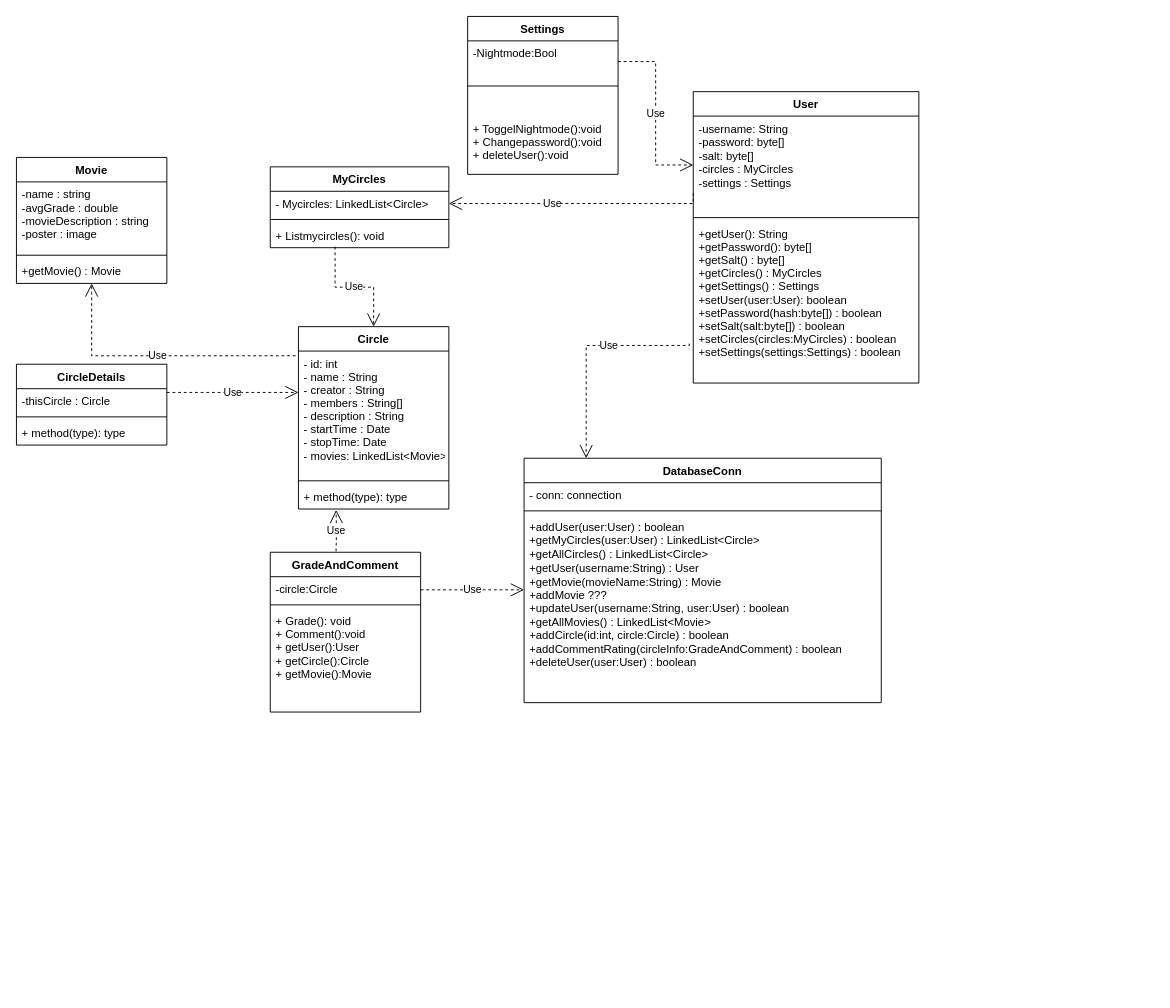
Before: Diagrams/UML.drawio in johanbergfalk/DAT055_circles, a draw.io diagram. Source tidied: cells renumbered, new cells numbered last; positions are measured from the earlier drawing's top-left corner, leaving out a move shared by most shapes. Both pictures are drawn from the tidied source at 94%, with x=0, y=0 at pixel (16, 16).
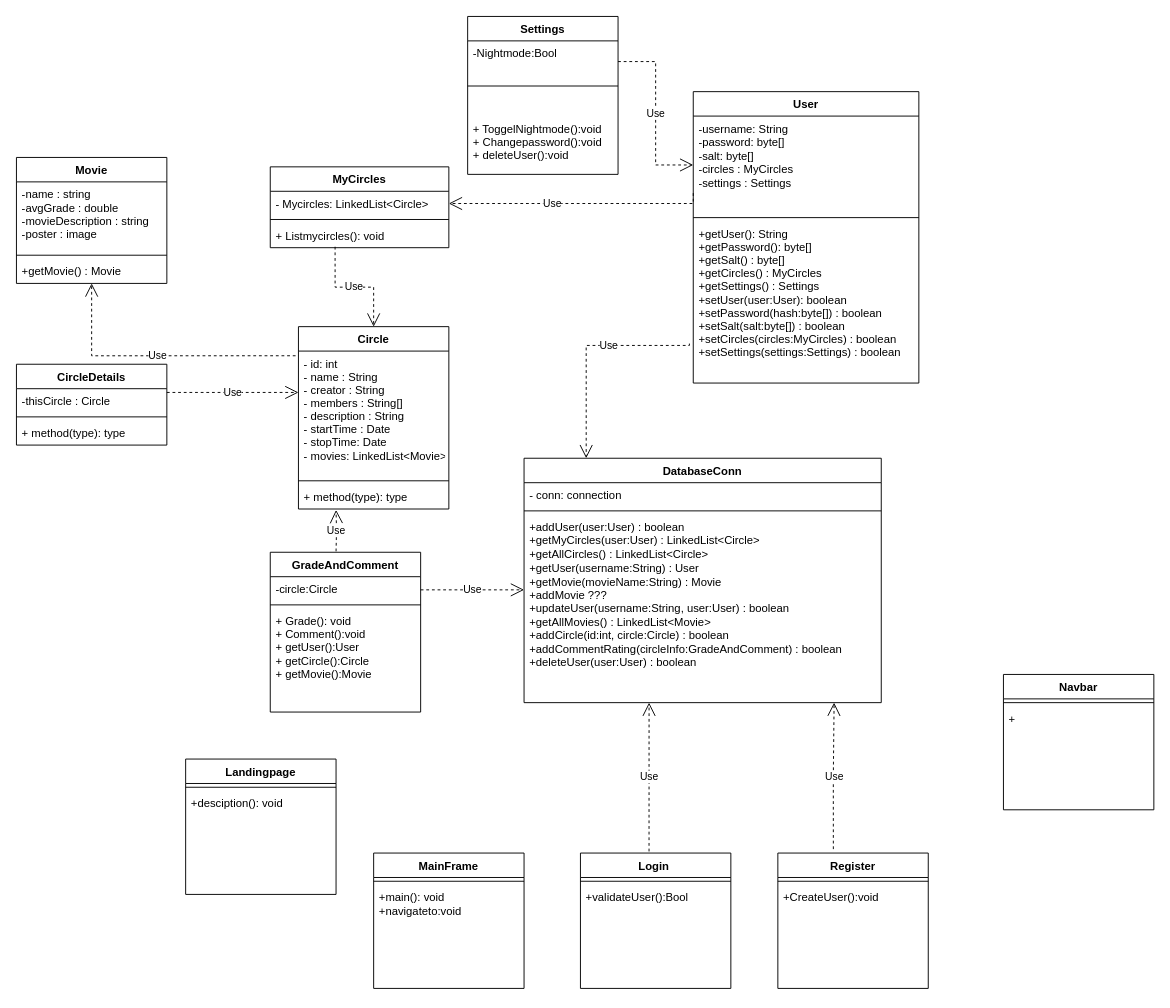
The same diagram, later.

Unchanged cells that the change refers to:
```xml
<mxCell id="5" value="+addUser(user:User) : boolean&#10;+getMyCircles(user:User) : LinkedList&lt;Circle&gt;&#10;+getAllCircles() : LinkedList&lt;Circle&gt;&#10;+getUser(username:String) : User&#10;+getMovie(movieName:String) : Movie&#10;+addMovie ???&#10;+updateUser(username:String, user:User) : boolean&#10;+getAllMovies() : LinkedList&lt;Movie&gt;&#10;+addCircle(id:int, circle:Circle) : boolean&#10;+addCommentRating(circleInfo:GradeAndComment) : boolean&#10;+deleteUser(user:User) : boolean&#10;&#10;&#10;&#10;" style="text;strokeColor=none;fillColor=none;align=left;verticalAlign=top;spacingLeft=4;spacingRight=4;overflow=hidden;points=[[0,0.5],[1,0.5]];portConstraint=eastwest;whiteSpace=wrap;" parent="2" vertex="1">
  <mxGeometry y="60" width="380" height="200" as="geometry" />
</mxCell>
```

Diff of the diagram source:
```diff
@@
+    <mxCell id="42" value="MainFrame" style="swimlane;fontStyle=1;align=center;verticalAlign=top;horizontal=1;startSize=26;" parent="1" vertex="1">
+      <mxGeometry x="380" y="890" width="160" height="144" as="geometry" />
+    </mxCell>
+    <mxCell id="43" style="line;strokeWidth=1;fillColor=none;align=left;verticalAlign=middle;spacingTop=-1;spacingLeft=3;spacingRight=3;labelPosition=right;" parent="42" vertex="1">
+      <mxGeometry y="26" width="160" height="8" as="geometry" />
+    </mxCell>
+    <mxCell id="44" value="+main(): void&#10;+navigateto:void" style="text;strokeColor=none;fillColor=none;align=left;verticalAlign=top;spacingLeft=4;spacingRight=4;overflow=hidden;" parent="42" vertex="1">
+      <mxGeometry y="34" width="160" height="110" as="geometry" />
+    </mxCell>
+    <mxCell id="45" value="Login " style="swimlane;fontStyle=1;align=center;verticalAlign=top;horizontal=1;startSize=26;" parent="1" vertex="1">
+      <mxGeometry x="600" y="890" width="160" height="144" as="geometry" />
+    </mxCell>
+    <mxCell id="46" style="line;strokeWidth=1;fillColor=none;align=left;verticalAlign=middle;spacingTop=-1;spacingLeft=3;spacingRight=3;labelPosition=right;" parent="45" vertex="1">
+      <mxGeometry y="26" width="160" height="8" as="geometry" />
+    </mxCell>
+    <mxCell id="47" value="+validateUser():Bool" style="text;strokeColor=none;fillColor=none;align=left;verticalAlign=top;spacingLeft=4;spacingRight=4;overflow=hidden;" parent="45" vertex="1">
+      <mxGeometry y="34" width="160" height="110" as="geometry" />
+    </mxCell>
+    <mxCell id="48" value="Register" style="swimlane;fontStyle=1;align=center;verticalAlign=top;horizontal=1;startSize=26;" parent="1" vertex="1">
+      <mxGeometry x="810" y="890" width="160" height="144" as="geometry" />
+    </mxCell>
+    <mxCell id="49" style="line;strokeWidth=1;fillColor=none;align=left;verticalAlign=middle;spacingTop=-1;spacingLeft=3;spacingRight=3;labelPosition=right;" parent="48" vertex="1">
+      <mxGeometry y="26" width="160" height="8" as="geometry" />
+    </mxCell>
+    <mxCell id="50" value="+CreateUser():void " style="text;strokeColor=none;fillColor=none;align=left;verticalAlign=top;spacingLeft=4;spacingRight=4;overflow=hidden;" parent="48" vertex="1">
+      <mxGeometry y="34" width="160" height="110" as="geometry" />
+    </mxCell>
+    <mxCell id="51" value="Use" style="endArrow=open;endSize=12;dashed=1;html=1;rounded=0;edgeStyle=orthogonalEdgeStyle;exitX=0.456;exitY=-0.012;exitDx=0;exitDy=0;exitPerimeter=0;entryX=0.35;entryY=1;entryDx=0;entryDy=0;entryPerimeter=0;" parent="1" edge="1" source="45" target="5">
+      <mxGeometry relative="1" as="geometry" />
+    </mxCell>
+    <mxCell id="52" value="Use" style="endArrow=open;endSize=12;dashed=1;html=1;rounded=0;edgeStyle=orthogonalEdgeStyle;entryX=0.868;entryY=1;entryDx=0;entryDy=0;entryPerimeter=0;exitX=0.369;exitY=-0.029;exitDx=0;exitDy=0;exitPerimeter=0;" parent="1" edge="1" source="48" target="5">
+      <mxGeometry relative="1" as="geometry" />
+    </mxCell>
+    <mxCell id="53" value="Landingpage" style="swimlane;fontStyle=1;align=center;verticalAlign=top;horizontal=1;startSize=26;" parent="1" vertex="1">
+      <mxGeometry x="180" y="790" width="160" height="144" as="geometry" />
+    </mxCell>
+    <mxCell id="54" style="line;strokeWidth=1;fillColor=none;align=left;verticalAlign=middle;spacingTop=-1;spacingLeft=3;spacingRight=3;labelPosition=right;" parent="53" vertex="1">
+      <mxGeometry y="26" width="160" height="8" as="geometry" />
+    </mxCell>
+    <mxCell id="55" value="+desciption(): void&#10;" style="text;strokeColor=none;fillColor=none;align=left;verticalAlign=top;spacingLeft=4;spacingRight=4;overflow=hidden;" parent="53" vertex="1">
+      <mxGeometry y="34" width="160" height="110" as="geometry" />
+    </mxCell>
+    <mxCell id="56" value="Navbar" style="swimlane;fontStyle=1;align=center;verticalAlign=top;horizontal=1;startSize=26;" parent="1" vertex="1">
+      <mxGeometry x="1050" y="700" width="160" height="144" as="geometry" />
+    </mxCell>
+    <mxCell id="57" style="line;strokeWidth=1;fillColor=none;align=left;verticalAlign=middle;spacingTop=-1;spacingLeft=3;spacingRight=3;labelPosition=right;" parent="56" vertex="1">
+      <mxGeometry y="26" width="160" height="8" as="geometry" />
+    </mxCell>
+    <mxCell id="58" value="+&#10;" style="text;strokeColor=none;fillColor=none;align=left;verticalAlign=top;spacingLeft=4;spacingRight=4;overflow=hidden;" parent="56" vertex="1">
+      <mxGeometry y="34" width="160" height="110" as="geometry" />
+    </mxCell>
```
